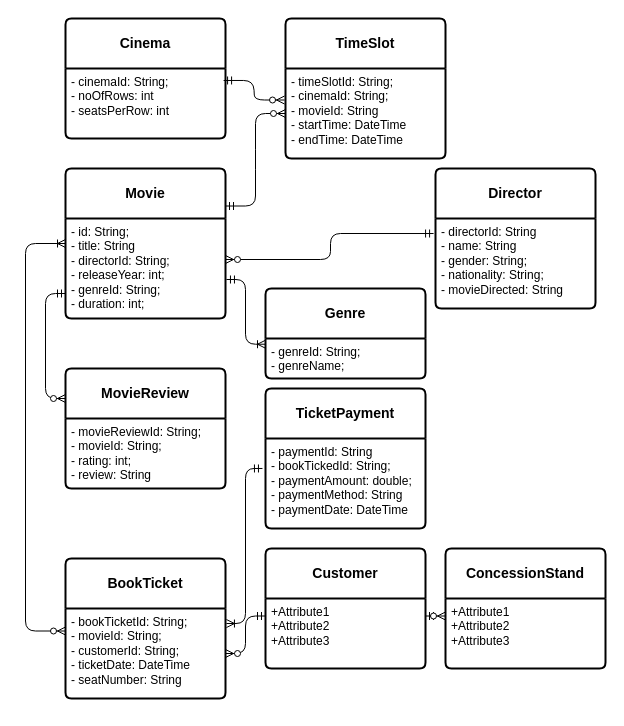
The draw.io diagram images/MovieSystemClassDiagram.drawio in AneleNqabeni220403635/ADP372S_Capstone_Project_MovieSystem, before the edit. Source tidied: cells renumbered, new cells numbered last; positions are measured from the earlier drawing's top-left corner, leaving out a move shared by most shapes. Both pictures are drawn from the tidied source at 100%, with x=0, y=0 at pixel (25, 18).
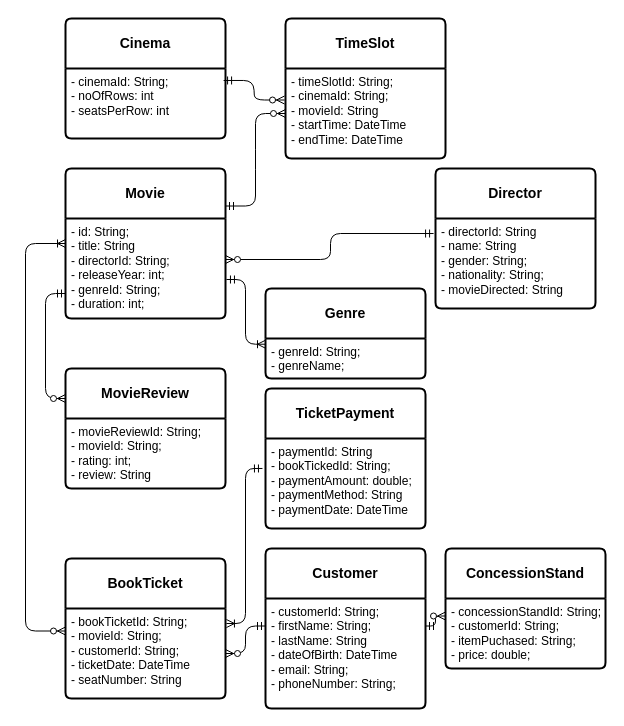
The same diagram, later.

Commit message (it also covers changes not shown here):
Updated class diagram

The change refers to these unchanged cells:
```xml
<mxCell id="8" value="&lt;b&gt;ConcessionStand&lt;/b&gt;" style="swimlane;horizontal=1;startSize=50;rounded=1;fontSize=14;fontStyle=0;strokeWidth=2;shadow=0;dashed=0;align=center;arcSize=4;whiteSpace=wrap;html=1;" parent="1" vertex="1">
  <mxGeometry x="420" y="530" width="160" height="120" as="geometry" />
</mxCell>
```

Change to the diagram source:
```diff
@@
-    <mxCell id="9" value="+Attribute1&#10;+Attribute2&#10;+Attribute3" style="align=left;strokeColor=none;fillColor=none;spacingLeft=4;fontSize=12;verticalAlign=top;html=1;" parent="8" vertex="1">
+    <mxCell id="9" value="- concessionStandId: String;&lt;div&gt;- customerId: String;&lt;/div&gt;&lt;div&gt;- itemPuchased: String;&lt;/div&gt;&lt;div&gt;- price: double;&lt;/div&gt;" style="align=left;strokeColor=none;fillColor=none;spacingLeft=4;fontSize=12;verticalAlign=top;html=1;" parent="8" vertex="1">
       <mxGeometry y="50" width="160" height="70" as="geometry" />
     </mxCell>
@@
     <mxCell id="14" value="&lt;b&gt;Customer&lt;/b&gt;" style="swimlane;horizontal=1;startSize=50;rounded=1;fontSize=14;fontStyle=0;strokeWidth=2;shadow=0;dashed=0;align=center;arcSize=4;whiteSpace=wrap;html=1;" parent="1" vertex="1">
-      <mxGeometry x="240" y="530" width="160" height="120" as="geometry" />
+      <mxGeometry x="240" y="530" width="160" height="160" as="geometry" />
     </mxCell>
-    <mxCell id="15" value="+Attribute1&#10;+Attribute2&#10;+Attribute3" style="align=left;strokeColor=none;fillColor=none;spacingLeft=4;fontSize=12;verticalAlign=top;html=1;" parent="14" vertex="1">
-      <mxGeometry y="50" width="160" height="70" as="geometry" />
+    <mxCell id="15" value="-&amp;nbsp;customerId: String;&lt;div&gt;- firstName: String;&lt;/div&gt;&lt;div&gt;- lastName: String&lt;/div&gt;&lt;div&gt;- dateOfBirth: DateTime&lt;/div&gt;&lt;div&gt;- email: String;&lt;/div&gt;&lt;div&gt;- phoneNumber: String;&lt;/div&gt;" style="align=left;strokeColor=none;fillColor=none;spacingLeft=4;fontSize=12;verticalAlign=top;html=1;" parent="14" vertex="1">
+      <mxGeometry y="50" width="160" height="110" as="geometry" />
     </mxCell>
```
